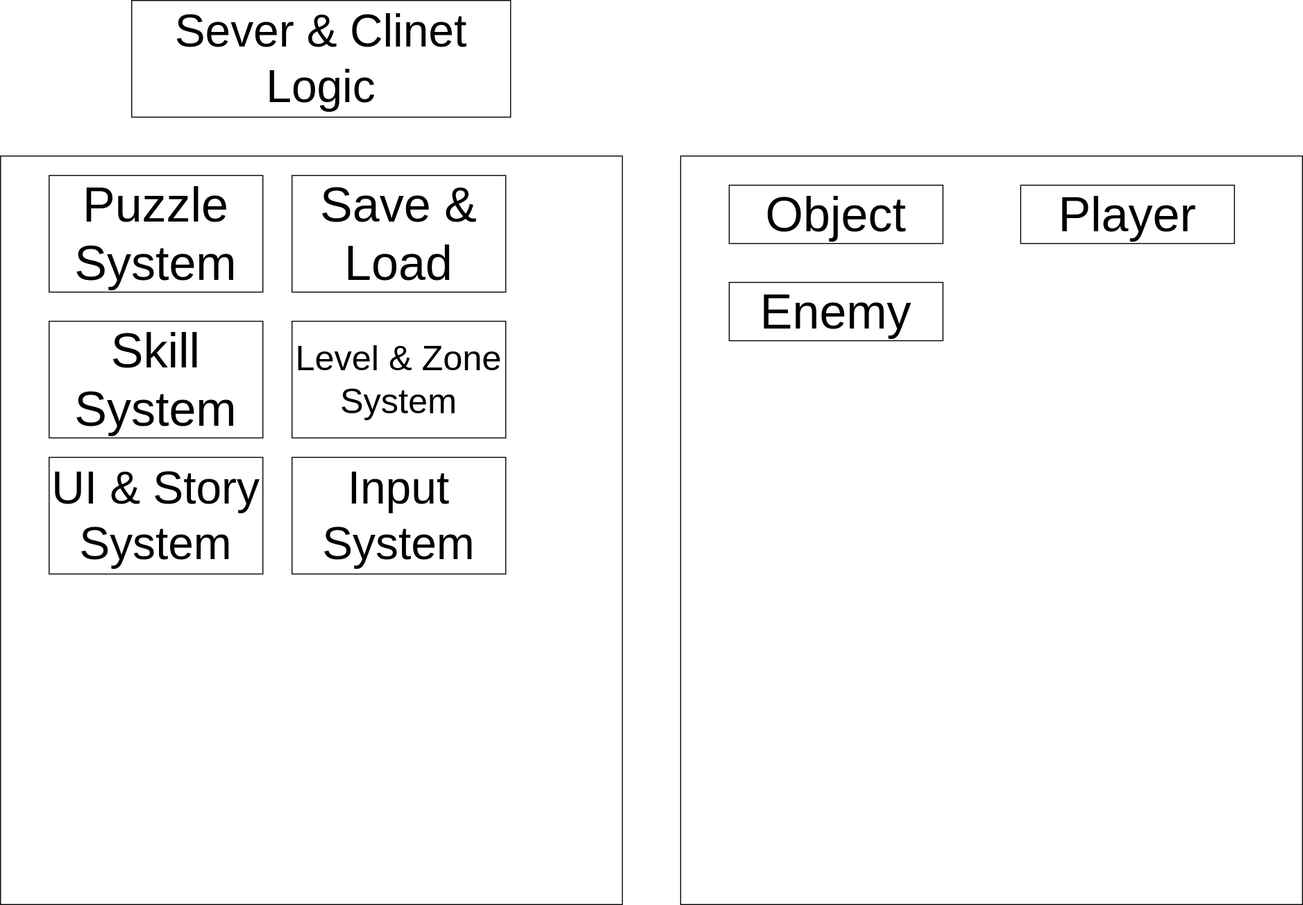
The draw.io diagram System Diagram.drawio.svg in ihaha424/TP, before a commit. Source tidied: cells renumbered, new cells last; positions are measured from the earlier drawing's top-left corner, leaving out a move shared by most shapes.
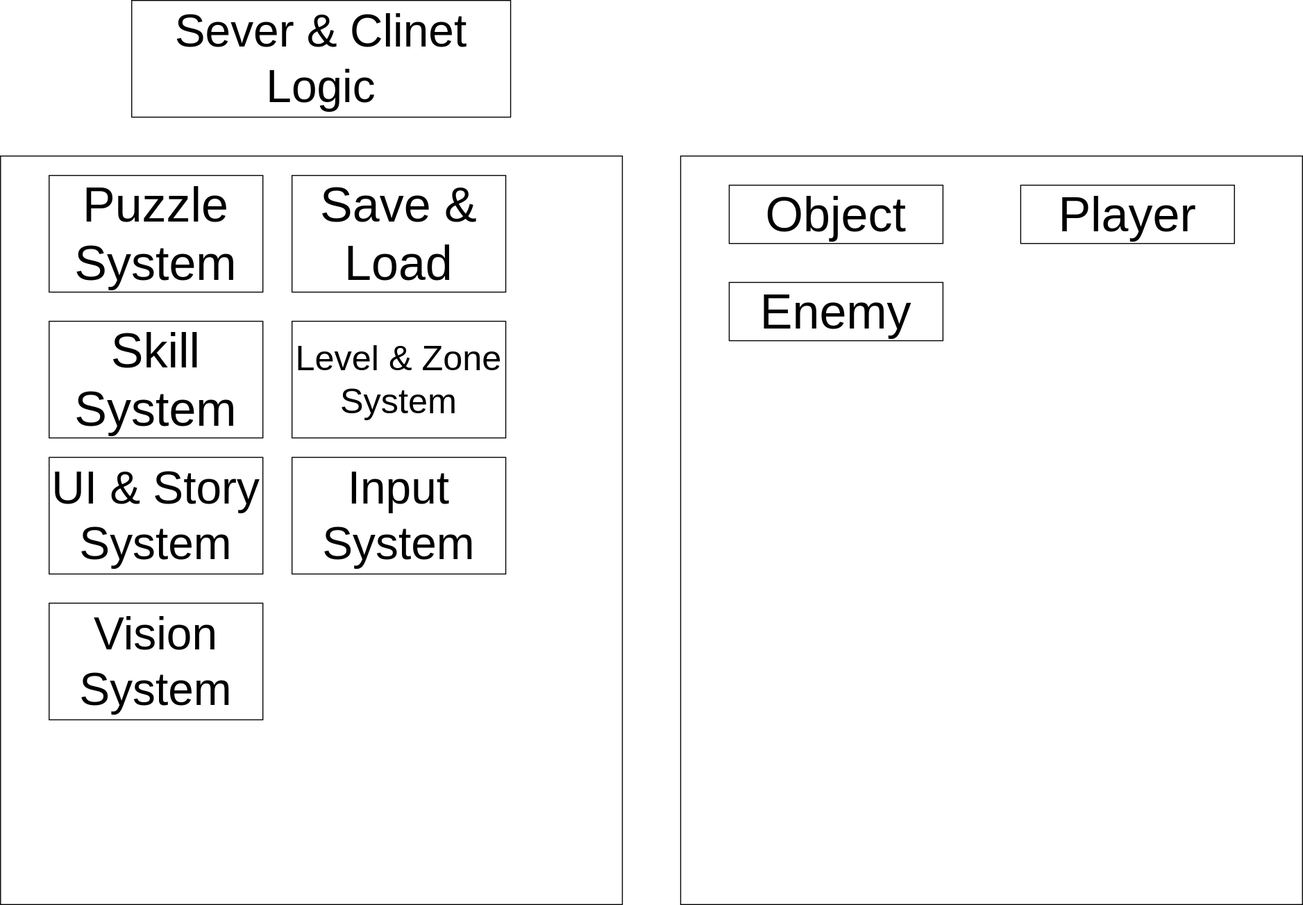
The same diagram one commit later.

Change to the diagram source:
```diff
@@ -38,5 +38,8 @@
     <mxCell id="13" value="&lt;font style=&quot;font-size: 47px;&quot;&gt;Input System&lt;/font&gt;" style="rounded=0;whiteSpace=wrap;html=1;" parent="1" vertex="1">
       <mxGeometry x="300" y="470" width="220" height="120" as="geometry" />
     </mxCell>
+    <mxCell id="14" value="&lt;font style=&quot;font-size: 47px;&quot;&gt;Vision&lt;br&gt;System&lt;/font&gt;" style="rounded=0;whiteSpace=wrap;html=1;" parent="1" vertex="1">
+      <mxGeometry x="50" y="620" width="220" height="120" as="geometry" />
+    </mxCell>
   </root>
 </mxGraphModel>
```
